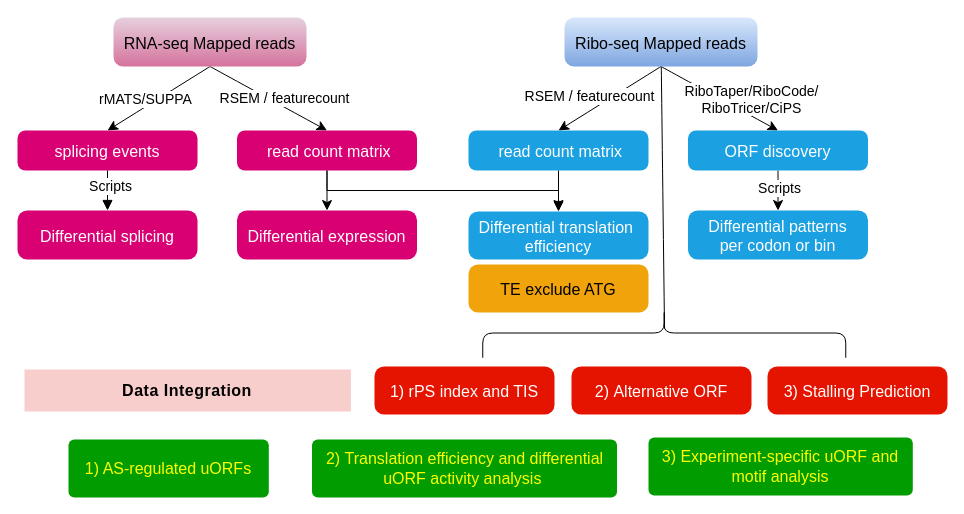
This is page "第 16 页" (14 of 16) of 未命名绘图.drawio from hjanime/101, a draw.io file, before an edit. Source tidied: cells renumbered, new cells numbered last; positions are measured from the earlier drawing's top-left corner, leaving out a move shared by most shapes. Both pictures are drawn from the tidied source at 100%, with x=0, y=0 at pixel (17, 17).
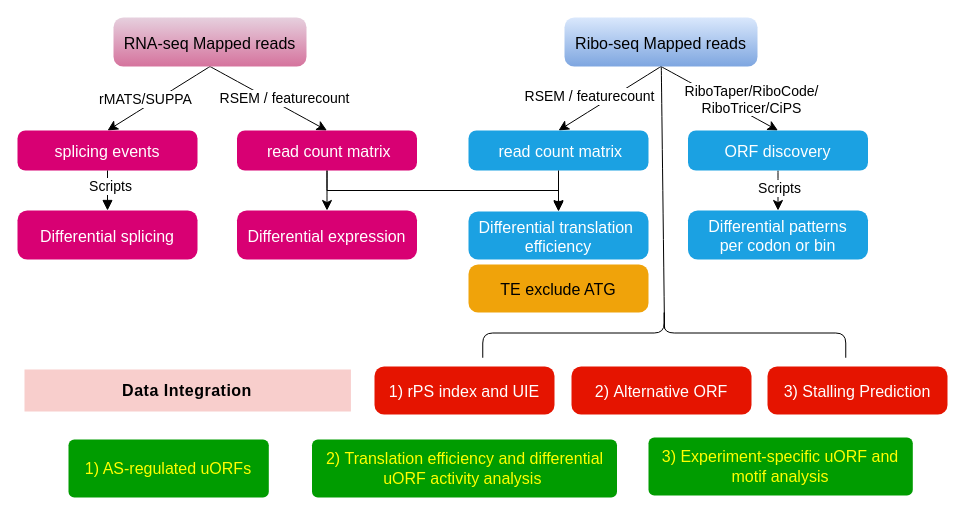
The same page after the edit.

Commit message:
更新未命名绘图.drawio

Diff of the diagram source:
```diff
@@
-    <mxCell id="35" value="1) rPS index and TIS" style="rounded=1;arcSize=20;strokeWidth=2;fontSize=16;absoluteArcSize=0;imageAspect=1;fillColor=#e51400;fontColor=#ffffff;strokeColor=none;" parent="1" vertex="1">
+    <mxCell id="35" value="1) rPS index and UIE" style="rounded=1;arcSize=20;strokeWidth=2;fontSize=16;absoluteArcSize=0;imageAspect=1;fillColor=#e51400;fontColor=#ffffff;strokeColor=none;" parent="1" vertex="1">
       <mxGeometry x="357" y="349" width="180" height="48" as="geometry" />
     </mxCell>
```
